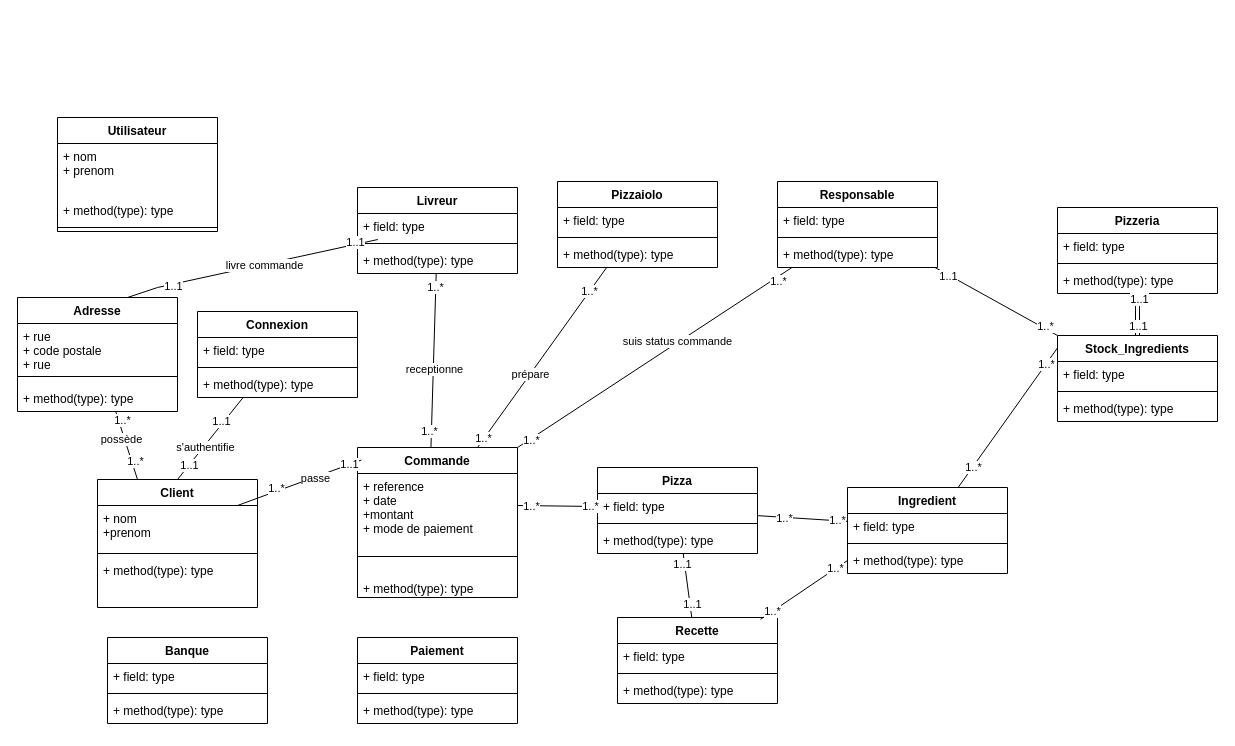
Above: documentation/diagrameDeClasses.drawio in jbbaillet85/OCpizzas (draw.io), before the change. Source tidied: cells renumbered, new cells numbered last; positions are measured from the earlier drawing's top-left corner, leaving out a move shared by most shapes. Both pictures are drawn from the tidied source at 100%, with x=0, y=0 at pixel (17, 117).
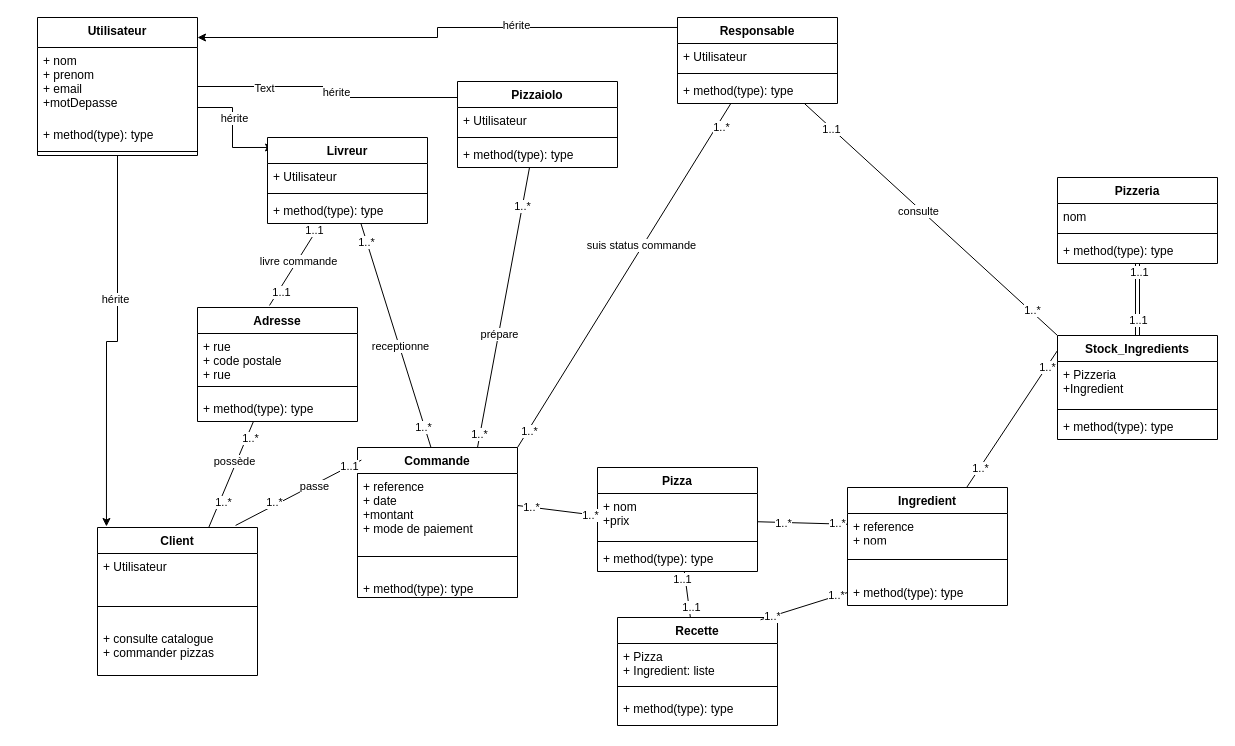
Above is the later version.

The change refers to these unchanged cells:
```xml
<mxCell id="34" value="Commande" style="swimlane;fontStyle=1;align=center;verticalAlign=top;horizontal=1;startSize=26;" parent="1" vertex="1">
  <mxGeometry x="340" y="330" width="160" height="150" as="geometry" />
</mxCell>
<mxCell id="83" style="edgeStyle=none;rounded=0;jettySize=auto;html=1;exitX=0;exitY=0;exitDx=0;exitDy=0;endArrow=none;endFill=0;" parent="1" edge="1" source="86" target="76">
  <mxGeometry relative="1" as="geometry" />
</mxCell>
```

What changed in the source:
```diff
@@
+    <mxCell id="111" style="edgeStyle=orthogonalEdgeStyle;rounded=0;jettySize=auto;html=1;entryX=0.056;entryY=-0.007;entryDx=0;entryDy=0;entryPerimeter=0;" parent="1" edge="1" source="2" target="14">
+      <mxGeometry relative="1" as="geometry" />
+    </mxCell>
+    <mxCell id="112" value="hérite" style="edgeLabel;html=1;align=center;verticalAlign=middle;" parent="111" vertex="1">
+      <mxGeometry x="-0.25" y="-3" relative="1" as="geometry" />
+    </mxCell>
+    <mxCell id="113" style="edgeStyle=orthogonalEdgeStyle;rounded=0;jettySize=auto;html=1;exitX=0.125;exitY=0.116;exitDx=0;exitDy=0;exitPerimeter=0;" parent="1" edge="1" source="76" target="2">
+      <mxGeometry relative="1" as="geometry">
+        <Array as="points">
+          <mxPoint x="420" y="-90" />
+          <mxPoint x="420" y="-80" />
+        </Array>
+      </mxGeometry>
+    </mxCell>
+    <mxCell id="114" value="hérite" style="edgeLabel;html=1;align=center;verticalAlign=middle;" parent="113" vertex="1">
+      <mxGeometry x="-0.29" y="-2" relative="1" as="geometry" />
+    </mxCell>
+    <mxCell id="115" style="edgeStyle=orthogonalEdgeStyle;rounded=0;jettySize=auto;html=1;entryX=0.063;entryY=0.186;entryDx=0;entryDy=0;entryPerimeter=0;endArrow=block;endFill=1;" parent="1" edge="1" source="2" target="72">
+      <mxGeometry relative="1" as="geometry" />
+    </mxCell>
+    <mxCell id="116" value="hérite" style="edgeLabel;html=1;align=center;verticalAlign=middle;" parent="115" vertex="1">
+      <mxGeometry x="0.07" y="5" relative="1" as="geometry" />
+    </mxCell>
+    <mxCell id="117" value="Text" style="edgeLabel;html=1;align=center;verticalAlign=middle;" parent="115" vertex="1">
+      <mxGeometry x="-0.53" y="-1" relative="1" as="geometry" />
+    </mxCell>
+    <mxCell id="118" style="edgeStyle=orthogonalEdgeStyle;rounded=0;jettySize=auto;html=1;entryX=0.038;entryY=0.116;entryDx=0;entryDy=0;entryPerimeter=0;" parent="1" edge="1" source="2" target="68">
+      <mxGeometry relative="1" as="geometry">
+        <Array as="points">
+          <mxPoint x="215" y="-10" />
+          <mxPoint x="215" y="30" />
+        </Array>
+      </mxGeometry>
+    </mxCell>
+    <mxCell id="119" value="hérite" style="edgeLabel;html=1;align=center;verticalAlign=middle;" parent="118" vertex="1">
+      <mxGeometry x="-0.22" y="1" relative="1" as="geometry" />
+    </mxCell>
-    <mxCell id="2" value="Utilisateur" style="swimlane;fontStyle=1;align=center;verticalAlign=top;horizontal=1;startSize=26;" parent="1" vertex="1">
-      <mxGeometry x="40" width="160" height="114" as="geometry" />
+    <mxCell id="2" value="Utilisateur" style="swimlane;fontStyle=1;align=center;verticalAlign=top;horizontal=1;startSize=30;" parent="1" vertex="1">
+      <mxGeometry x="20" y="-100" width="160" height="138" as="geometry" />
     </mxCell>
-    <mxCell id="3" value="+ nom&#10;+ prenom" style="text;strokeColor=none;fillColor=none;align=left;verticalAlign=top;spacingLeft=4;spacingRight=4;overflow=hidden;" parent="2" vertex="1">
-      <mxGeometry y="26" width="160" height="54" as="geometry" />
+    <mxCell id="3" value="+ nom&#10;+ prenom&#10;+ email&#10;+motDepasse" style="text;strokeColor=none;fillColor=none;align=left;verticalAlign=top;spacingLeft=4;spacingRight=4;overflow=hidden;" parent="2" vertex="1">
+      <mxGeometry y="30" width="160" height="74" as="geometry" />
     </mxCell>
     <mxCell id="4" value="+ method(type): type" style="text;strokeColor=none;fillColor=none;align=left;verticalAlign=top;spacingLeft=4;spacingRight=4;overflow=hidden;" parent="2" vertex="1">
-      <mxGeometry y="80" width="160" height="26" as="geometry" />
+      <mxGeometry y="104" width="160" height="26" as="geometry" />
     </mxCell>
     <mxCell id="5" style="line;strokeWidth=1;fillColor=none;align=left;verticalAlign=middle;spacingTop=-1;spacingLeft=3;spacingRight=3;labelPosition=right;" parent="2" vertex="1">
-      <mxGeometry y="106" width="160" height="8" as="geometry" />
+      <mxGeometry y="130" width="160" height="8" as="geometry" />
     </mxCell>
-    <mxCell id="6" style="edgeStyle=none;rounded=0;jettySize=auto;html=1;exitX=0.5;exitY=0;exitDx=0;exitDy=0;endArrow=none;endFill=0;" parent="1" edge="1" source="14" target="22">
-      <mxGeometry relative="1" as="geometry" />
-    </mxCell>
-    <mxCell id="7" value="1..1" style="edgeLabel;html=1;align=center;verticalAlign=middle;" parent="6" vertex="1">
-      <mxGeometry x="0.39" y="3" relative="1" as="geometry" />
-    </mxCell>
-    <mxCell id="8" value="1..1" style="edgeLabel;html=1;align=center;verticalAlign=middle;" parent="6" vertex="1">
-      <mxGeometry x="-0.66" relative="1" as="geometry" />
-    </mxCell>
-    <mxCell id="9" value="s'authentifie" style="edgeLabel;html=1;align=center;verticalAlign=middle;" parent="6" vertex="1">
-      <mxGeometry x="-0.19" y="-1" relative="1" as="geometry" />
-    </mxCell>
-    <mxCell id="10" style="edgeStyle=none;rounded=0;jettySize=auto;html=1;exitX=0.25;exitY=0;exitDx=0;exitDy=0;endArrow=none;endFill=0;" parent="1" edge="1" source="14" target="18">
+    <mxCell id="10" style="edgeStyle=none;rounded=0;jettySize=auto;html=1;endArrow=none;endFill=0;" parent="1" edge="1" source="14" target="18">
       <mxGeometry relative="1" as="geometry" />
     </mxCell>
@@
-    <mxCell id="14" value="Client" style="swimlane;fontStyle=1;align=center;verticalAlign=top;horizontal=1;startSize=26;" parent="1" vertex="1">
-      <mxGeometry x="80" y="362" width="160" height="128" as="geometry" />
-    </mxCell>
-    <mxCell id="15" value="+ nom&#10;+prenom" style="text;strokeColor=none;fillColor=none;align=left;verticalAlign=top;spacingLeft=4;spacingRight=4;overflow=hidden;points=[[0,0.5],[1,0.5]];portConstraint=eastwest;" parent="14" vertex="1">
-      <mxGeometry y="26" width="160" height="44" as="geometry" />
-    </mxCell>
-    <mxCell id="16" style="line;strokeWidth=1;fillColor=none;align=left;verticalAlign=middle;spacingTop=-1;spacingLeft=3;spacingRight=3;labelPosition=right;" parent="14" vertex="1">
-      <mxGeometry y="70" width="160" height="8" as="geometry" />
-    </mxCell>
-    <mxCell id="17" value="+ method(type): type" style="text;strokeColor=none;fillColor=none;align=left;verticalAlign=top;spacingLeft=4;spacingRight=4;overflow=hidden;" parent="14" vertex="1">
-      <mxGeometry y="78" width="160" height="50" as="geometry" />
-    </mxCell>
     <mxCell id="18" value="Adresse" style="swimlane;fontStyle=1;align=center;verticalAlign=top;horizontal=1;startSize=26;" parent="1" vertex="1">
-      <mxGeometry y="180" width="160" height="114" as="geometry" />
+      <mxGeometry x="180" y="190" width="160" height="114" as="geometry" />
     </mxCell>
@@
-    <mxCell id="22" value="Connexion" style="swimlane;fontStyle=1;align=center;verticalAlign=top;horizontal=1;startSize=26;" parent="1" vertex="1">
-      <mxGeometry x="180" y="194" width="160" height="86" as="geometry" />
-    </mxCell>
-    <mxCell id="23" value="+ field: type" style="text;strokeColor=none;fillColor=none;align=left;verticalAlign=top;spacingLeft=4;spacingRight=4;overflow=hidden;" parent="22" vertex="1">
-      <mxGeometry y="26" width="160" height="26" as="geometry" />
-    </mxCell>
-    <mxCell id="24" style="line;strokeWidth=1;fillColor=none;align=left;verticalAlign=middle;spacingTop=-1;spacingLeft=3;spacingRight=3;labelPosition=right;" parent="22" vertex="1">
-      <mxGeometry y="52" width="160" height="8" as="geometry" />
-    </mxCell>
-    <mxCell id="25" value="+ method(type): type" style="text;strokeColor=none;fillColor=none;align=left;verticalAlign=top;spacingLeft=4;spacingRight=4;overflow=hidden;" parent="22" vertex="1">
-      <mxGeometry y="60" width="160" height="26" as="geometry" />
-    </mxCell>
@@
     <mxCell id="38" value="Pizza" style="swimlane;fontStyle=1;align=center;verticalAlign=top;horizontal=1;startSize=26;" parent="1" vertex="1">
-      <mxGeometry x="580" y="350" width="160" height="86" as="geometry" />
+      <mxGeometry x="580" y="350" width="160" height="104" as="geometry" />
     </mxCell>
-    <mxCell id="39" value="+ field: type" style="text;strokeColor=none;fillColor=none;align=left;verticalAlign=top;spacingLeft=4;spacingRight=4;overflow=hidden;points=[[0,0.5],[1,0.5]];portConstraint=eastwest;" parent="38" vertex="1">
-      <mxGeometry y="26" width="160" height="26" as="geometry" />
+    <mxCell id="39" value="+ nom&#10;+prix" style="text;strokeColor=none;fillColor=none;align=left;verticalAlign=top;spacingLeft=4;spacingRight=4;overflow=hidden;points=[[0,0.5],[1,0.5]];portConstraint=eastwest;" parent="38" vertex="1">
+      <mxGeometry y="26" width="160" height="44" as="geometry" />
     </mxCell>
     <mxCell id="40" style="line;strokeWidth=1;fillColor=none;align=left;verticalAlign=middle;spacingTop=-1;spacingLeft=3;spacingRight=3;labelPosition=right;" parent="38" vertex="1">
-      <mxGeometry y="52" width="160" height="8" as="geometry" />
+      <mxGeometry y="70" width="160" height="8" as="geometry" />
     </mxCell>
     <mxCell id="41" value="+ method(type): type" style="text;strokeColor=none;fillColor=none;align=left;verticalAlign=top;spacingLeft=4;spacingRight=4;overflow=hidden;" parent="38" vertex="1">
-      <mxGeometry y="60" width="160" height="26" as="geometry" />
+      <mxGeometry y="78" width="160" height="26" as="geometry" />
     </mxCell>
     <mxCell id="42" value="Pizzeria" style="swimlane;fontStyle=1;align=center;verticalAlign=top;horizontal=1;startSize=26;" parent="1" vertex="1">
-      <mxGeometry x="1040" y="90" width="160" height="86" as="geometry" />
+      <mxGeometry x="1040" y="60" width="160" height="86" as="geometry" />
     </mxCell>
-    <mxCell id="43" value="+ field: type" style="text;strokeColor=none;fillColor=none;align=left;verticalAlign=top;spacingLeft=4;spacingRight=4;overflow=hidden;" parent="42" vertex="1">
+    <mxCell id="43" value="nom" style="text;strokeColor=none;fillColor=none;align=left;verticalAlign=top;spacingLeft=4;spacingRight=4;overflow=hidden;" parent="42" vertex="1">
       <mxGeometry y="26" width="160" height="26" as="geometry" />
     </mxCell>
@@
     <mxCell id="49" value="Ingredient" style="swimlane;fontStyle=1;align=center;verticalAlign=top;horizontal=1;startSize=26;" parent="1" vertex="1">
-      <mxGeometry x="830" y="370" width="160" height="86" as="geometry" />
+      <mxGeometry x="830" y="370" width="160" height="118" as="geometry" />
     </mxCell>
-    <mxCell id="50" value="+ field: type" style="text;strokeColor=none;fillColor=none;align=left;verticalAlign=top;spacingLeft=4;spacingRight=4;overflow=hidden;points=[[0,0.5],[1,0.5]];portConstraint=eastwest;" parent="49" vertex="1">
+    <mxCell id="50" value="+ reference&#10;+ nom" style="text;strokeColor=none;fillColor=none;align=left;verticalAlign=top;spacingLeft=4;spacingRight=4;overflow=hidden;points=[[0,0.5],[1,0.5]];portConstraint=eastwest;" parent="49" vertex="1">
       <mxGeometry y="26" width="160" height="26" as="geometry" />
     </mxCell>
     <mxCell id="51" style="line;strokeWidth=1;fillColor=none;align=left;verticalAlign=middle;spacingTop=-1;spacingLeft=3;spacingRight=3;labelPosition=right;" parent="49" vertex="1">
-      <mxGeometry y="52" width="160" height="8" as="geometry" />
+      <mxGeometry y="52" width="160" height="40" as="geometry" />
     </mxCell>
     <mxCell id="52" value="+ method(type): type" style="text;strokeColor=none;fillColor=none;align=left;verticalAlign=top;spacingLeft=4;spacingRight=4;overflow=hidden;points=[[0,0.5],[1,0.5]];portConstraint=eastwest;" parent="49" vertex="1">
-      <mxGeometry y="60" width="160" height="26" as="geometry" />
+      <mxGeometry y="92" width="160" height="26" as="geometry" />
     </mxCell>
@@
     <mxCell id="56" value="Recette" style="swimlane;fontStyle=1;align=center;verticalAlign=top;horizontal=1;startSize=26;" parent="1" vertex="1">
-      <mxGeometry x="600" y="500" width="160" height="86" as="geometry" />
+      <mxGeometry x="600" y="500" width="160" height="108" as="geometry" />
     </mxCell>
-    <mxCell id="57" value="+ field: type" style="text;strokeColor=none;fillColor=none;align=left;verticalAlign=top;spacingLeft=4;spacingRight=4;overflow=hidden;" parent="56" vertex="1">
-      <mxGeometry y="26" width="160" height="26" as="geometry" />
+    <mxCell id="57" value="+ Pizza&#10;+ Ingredient: liste" style="text;strokeColor=none;fillColor=none;align=left;verticalAlign=top;spacingLeft=4;spacingRight=4;overflow=hidden;" parent="56" vertex="1">
+      <mxGeometry y="26" width="160" height="34" as="geometry" />
     </mxCell>
     <mxCell id="58" style="line;strokeWidth=1;fillColor=none;align=left;verticalAlign=middle;spacingTop=-1;spacingLeft=3;spacingRight=3;labelPosition=right;" parent="56" vertex="1">
-      <mxGeometry y="52" width="160" height="8" as="geometry" />
+      <mxGeometry y="60" width="160" height="18" as="geometry" />
     </mxCell>
     <mxCell id="59" value="+ method(type): type" style="text;strokeColor=none;fillColor=none;align=left;verticalAlign=top;spacingLeft=4;spacingRight=4;overflow=hidden;" parent="56" vertex="1">
-      <mxGeometry y="60" width="160" height="26" as="geometry" />
+      <mxGeometry y="78" width="160" height="30" as="geometry" />
     </mxCell>
-    <mxCell id="60" value="Banque" style="swimlane;fontStyle=1;align=center;verticalAlign=top;horizontal=1;startSize=26;" parent="1" vertex="1">
-      <mxGeometry x="90" y="520" width="160" height="86" as="geometry" />
-    </mxCell>
-    <mxCell id="61" value="+ field: type" style="text;strokeColor=none;fillColor=none;align=left;verticalAlign=top;spacingLeft=4;spacingRight=4;overflow=hidden;" parent="60" vertex="1">
-      <mxGeometry y="26" width="160" height="26" as="geometry" />
-    </mxCell>
-    <mxCell id="62" style="line;strokeWidth=1;fillColor=none;align=left;verticalAlign=middle;spacingTop=-1;spacingLeft=3;spacingRight=3;labelPosition=right;" parent="60" vertex="1">
-      <mxGeometry y="52" width="160" height="8" as="geometry" />
-    </mxCell>
-    <mxCell id="63" value="+ method(type): type" style="text;strokeColor=none;fillColor=none;align=left;verticalAlign=top;spacingLeft=4;spacingRight=4;overflow=hidden;" parent="60" vertex="1">
-      <mxGeometry y="60" width="160" height="26" as="geometry" />
-    </mxCell>
@@
     <mxCell id="68" value="Livreur" style="swimlane;fontStyle=1;align=center;verticalAlign=top;horizontal=1;startSize=26;" parent="1" vertex="1">
-      <mxGeometry x="340" y="70" width="160" height="86" as="geometry" />
+      <mxGeometry x="250" y="20" width="160" height="86" as="geometry" />
     </mxCell>
-    <mxCell id="69" value="+ field: type" style="text;strokeColor=none;fillColor=none;align=left;verticalAlign=top;spacingLeft=4;spacingRight=4;overflow=hidden;points=[[0,0.5],[1,0.5]];portConstraint=eastwest;" parent="68" vertex="1">
+    <mxCell id="69" value="+ Utilisateur" style="text;strokeColor=none;fillColor=none;align=left;verticalAlign=top;spacingLeft=4;spacingRight=4;overflow=hidden;points=[[0,0.5],[1,0.5]];portConstraint=eastwest;" parent="68" vertex="1">
       <mxGeometry y="26" width="160" height="26" as="geometry" />
     </mxCell>
@@
     <mxCell id="72" value="Pizzaiolo" style="swimlane;fontStyle=1;align=center;verticalAlign=top;horizontal=1;startSize=26;" parent="1" vertex="1">
-      <mxGeometry x="540" y="64" width="160" height="86" as="geometry" />
+      <mxGeometry x="440" y="-36" width="160" height="86" as="geometry" />
     </mxCell>
-    <mxCell id="73" value="+ field: type" style="text;strokeColor=none;fillColor=none;align=left;verticalAlign=top;spacingLeft=4;spacingRight=4;overflow=hidden;" parent="72" vertex="1">
+    <mxCell id="73" value="+ Utilisateur" style="text;strokeColor=none;fillColor=none;align=left;verticalAlign=top;spacingLeft=4;spacingRight=4;overflow=hidden;" parent="72" vertex="1">
       <mxGeometry y="26" width="160" height="26" as="geometry" />
     </mxCell>
@@
     <mxCell id="76" value="Responsable" style="swimlane;fontStyle=1;align=center;verticalAlign=top;horizontal=1;startSize=26;" parent="1" vertex="1">
-      <mxGeometry x="760" y="64" width="160" height="86" as="geometry" />
+      <mxGeometry x="660" y="-100" width="160" height="86" as="geometry" />
     </mxCell>
-    <mxCell id="77" value="+ field: type" style="text;strokeColor=none;fillColor=none;align=left;verticalAlign=top;spacingLeft=4;spacingRight=4;overflow=hidden;" parent="76" vertex="1">
+    <mxCell id="77" value="+ Utilisateur" style="text;strokeColor=none;fillColor=none;align=left;verticalAlign=top;spacingLeft=4;spacingRight=4;overflow=hidden;" parent="76" vertex="1">
       <mxGeometry y="26" width="160" height="26" as="geometry" />
     </mxCell>
@@
+    <mxCell id="120" value="consulte" style="edgeLabel;html=1;align=center;verticalAlign=middle;" parent="83" vertex="1">
+      <mxGeometry x="0.09" y="2" relative="1" as="geometry" />
+    </mxCell>
     <mxCell id="86" value="Stock_Ingredients" style="swimlane;fontStyle=1;align=center;verticalAlign=top;horizontal=1;startSize=26;" parent="1" vertex="1">
-      <mxGeometry x="1040" y="218" width="160" height="86" as="geometry" />
+      <mxGeometry x="1040" y="218" width="160" height="104" as="geometry" />
     </mxCell>
-    <mxCell id="87" value="+ field: type" style="text;strokeColor=none;fillColor=none;align=left;verticalAlign=top;spacingLeft=4;spacingRight=4;overflow=hidden;" parent="86" vertex="1">
-      <mxGeometry y="26" width="160" height="26" as="geometry" />
+    <mxCell id="87" value="+ Pizzeria&#10;+Ingredient" style="text;strokeColor=none;fillColor=none;align=left;verticalAlign=top;spacingLeft=4;spacingRight=4;overflow=hidden;" parent="86" vertex="1">
+      <mxGeometry y="26" width="160" height="44" as="geometry" />
     </mxCell>
     <mxCell id="88" style="line;strokeWidth=1;fillColor=none;align=left;verticalAlign=middle;spacingTop=-1;spacingLeft=3;spacingRight=3;labelPosition=right;" parent="86" vertex="1">
-      <mxGeometry y="52" width="160" height="8" as="geometry" />
+      <mxGeometry y="70" width="160" height="8" as="geometry" />
     </mxCell>
     <mxCell id="89" value="+ method(type): type" style="text;strokeColor=none;fillColor=none;align=left;verticalAlign=top;spacingLeft=4;spacingRight=4;overflow=hidden;" parent="86" vertex="1">
-      <mxGeometry y="60" width="160" height="26" as="geometry" />
+      <mxGeometry y="78" width="160" height="26" as="geometry" />
     </mxCell>
-    <mxCell id="90" value="Paiement" style="swimlane;fontStyle=1;align=center;verticalAlign=top;horizontal=1;startSize=26;" parent="1" vertex="1">
-      <mxGeometry x="340" y="520" width="160" height="86" as="geometry" />
-    </mxCell>
-    <mxCell id="91" value="+ field: type" style="text;strokeColor=none;fillColor=none;align=left;verticalAlign=top;spacingLeft=4;spacingRight=4;overflow=hidden;" parent="90" vertex="1">
-      <mxGeometry y="26" width="160" height="26" as="geometry" />
-    </mxCell>
-    <mxCell id="92" style="line;strokeWidth=1;fillColor=none;align=left;verticalAlign=middle;spacingTop=-1;spacingLeft=3;spacingRight=3;labelPosition=right;" parent="90" vertex="1">
-      <mxGeometry y="52" width="160" height="8" as="geometry" />
-    </mxCell>
-    <mxCell id="93" value="+ method(type): type" style="text;strokeColor=none;fillColor=none;align=left;verticalAlign=top;spacingLeft=4;spacingRight=4;overflow=hidden;" parent="90" vertex="1">
-      <mxGeometry y="60" width="160" height="26" as="geometry" />
-    </mxCell>
@@
-    <mxCell id="100" style="edgeStyle=none;rounded=0;jettySize=auto;html=1;entryX=0.024;entryY=0.084;entryDx=0;entryDy=0;entryPerimeter=0;endArrow=none;endFill=0;" parent="1" edge="1" source="15" target="34">
+    <mxCell id="100" style="edgeStyle=none;rounded=0;jettySize=auto;html=1;entryX=0.024;entryY=0.084;entryDx=0;entryDy=0;entryPerimeter=0;endArrow=none;endFill=0;exitX=0.863;exitY=-0.014;exitDx=0;exitDy=0;exitPerimeter=0;" parent="1" edge="1" source="14" target="34">
       <mxGeometry relative="1" as="geometry" />
     </mxCell>
@@
-    <mxCell id="104" style="edgeStyle=none;rounded=0;jettySize=auto;html=1;endArrow=none;endFill=0;" parent="1" edge="1" source="69">
-      <mxGeometry relative="1" as="geometry">
-        <mxPoint x="110" y="180" as="targetPoint" />
-        <Array as="points">
-          <mxPoint x="140" y="170" />
-        </Array>
-      </mxGeometry>
+    <mxCell id="104" style="edgeStyle=none;rounded=0;jettySize=auto;html=1;endArrow=none;endFill=0;entryX=0.45;entryY=-0.018;entryDx=0;entryDy=0;entryPerimeter=0;" parent="1" edge="1" source="68" target="18">
+      <mxGeometry relative="1" as="geometry" />
     </mxCell>
@@
+    <mxCell id="14" value="Client" style="swimlane;fontStyle=1;align=center;verticalAlign=top;horizontal=1;startSize=26;" parent="1" vertex="1">
+      <mxGeometry x="80" y="410" width="160" height="148" as="geometry" />
+    </mxCell>
+    <mxCell id="121" value="+ Utilisateur" style="text;strokeColor=none;fillColor=none;align=left;verticalAlign=top;spacingLeft=4;spacingRight=4;overflow=hidden;" parent="14" vertex="1">
+      <mxGeometry y="26" width="160" height="34" as="geometry" />
+    </mxCell>
+    <mxCell id="122" style="line;strokeWidth=1;fillColor=none;align=left;verticalAlign=middle;spacingTop=-1;spacingLeft=3;spacingRight=3;labelPosition=right;" parent="14" vertex="1">
+      <mxGeometry y="60" width="160" height="38" as="geometry" />
+    </mxCell>
+    <mxCell id="123" value="+ consulte catalogue&#10;+ commander pizzas" style="text;strokeColor=none;fillColor=none;align=left;verticalAlign=top;spacingLeft=4;spacingRight=4;overflow=hidden;" parent="14" vertex="1">
+      <mxGeometry y="98" width="160" height="50" as="geometry" />
+    </mxCell>
```
